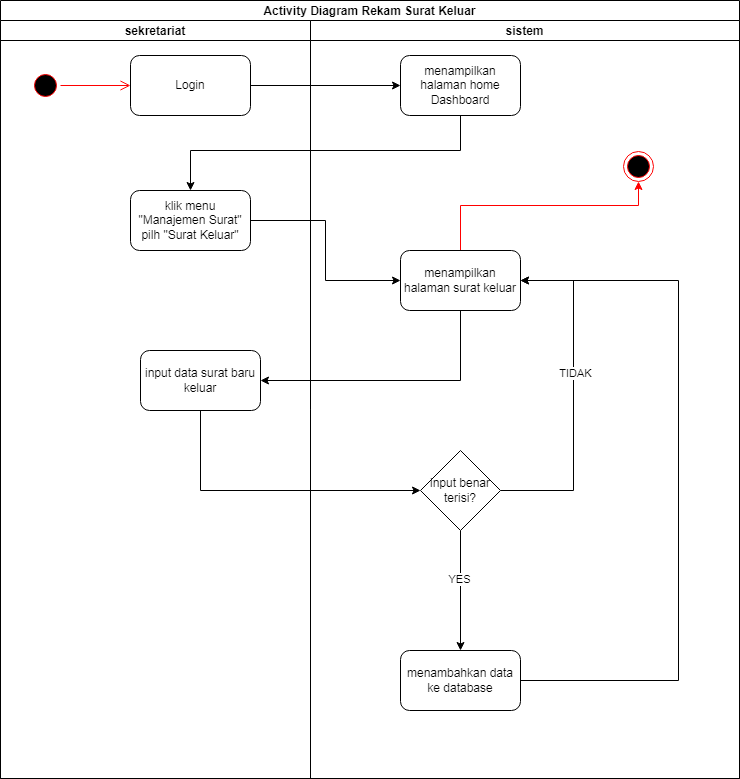
This is SKRIPSI/UML/2. ACTIVITY/SURAT KELUAR/ADD.png from Rusadi-0/KULIAH, a draw.io export, as it was before one commit. Source tidied: cells renumbered, new cells last; positions are measured from the earlier drawing's top-left corner, leaving out a move shared by most shapes. Its diagram source:
```xml
<mxGraphModel>
  <root>
    <mxCell id="0" />
    <mxCell id="1" parent="0" />
    <mxCell id="2" value="Activity Diagram Rekam Surat Keluar" style="swimlane;startSize=20;" parent="1" vertex="1">
      <mxGeometry width="739" height="778" as="geometry" />
    </mxCell>
    <mxCell id="3" value="sekretariat" style="swimlane;startSize=20;" parent="2" vertex="1">
      <mxGeometry y="20" width="310" height="758" as="geometry" />
    </mxCell>
    <mxCell id="4" style="ellipse;html=1;shape=startState;fillColor=#000000;strokeColor=#ff0000;" parent="3" vertex="1">
      <mxGeometry x="30" y="50" width="30" height="30" as="geometry" />
    </mxCell>
    <mxCell id="5" style="edgeStyle=orthogonalEdgeStyle;html=1;verticalAlign=bottom;endArrow=open;endSize=8;strokeColor=#ff0000;rounded=0;" parent="3" edge="1" source="4">
      <mxGeometry relative="1" as="geometry">
        <mxPoint x="130" y="65" as="targetPoint" />
      </mxGeometry>
    </mxCell>
    <mxCell id="6" value="Login" style="rounded=1;whiteSpace=wrap;html=1;" parent="3" vertex="1">
      <mxGeometry x="130" y="35" width="120" height="60" as="geometry" />
    </mxCell>
    <mxCell id="7" value="klik menu &quot;Manajemen Surat&quot; pilh &quot;Surat Keluar&quot;" style="rounded=1;whiteSpace=wrap;html=1;" parent="3" vertex="1">
      <mxGeometry x="130" y="170" width="120" height="60" as="geometry" />
    </mxCell>
    <mxCell id="8" value="input data surat baru keluar" style="rounded=1;whiteSpace=wrap;html=1;" parent="3" vertex="1">
      <mxGeometry x="140" y="330" width="120" height="60" as="geometry" />
    </mxCell>
    <mxCell id="9" value="sistem" style="swimlane;startSize=20;" parent="2" vertex="1">
      <mxGeometry x="310" y="20" width="429" height="758" as="geometry" />
    </mxCell>
    <mxCell id="10" value="menampilkan halaman home Dashboard" style="rounded=1;whiteSpace=wrap;html=1;" parent="9" vertex="1">
      <mxGeometry x="90" y="35" width="120" height="60" as="geometry" />
    </mxCell>
    <mxCell id="11" style="edgeStyle=orthogonalEdgeStyle;rounded=0;jettySize=auto;html=1;strokeColor=#FF0000;" parent="9" edge="1" source="12" target="20">
      <mxGeometry relative="1" as="geometry">
        <Array as="points">
          <mxPoint x="150" y="185" />
          <mxPoint x="328" y="185" />
        </Array>
      </mxGeometry>
    </mxCell>
    <mxCell id="12" value="menampilkan halaman surat keluar" style="rounded=1;whiteSpace=wrap;html=1;" parent="9" vertex="1">
      <mxGeometry x="90" y="230" width="120" height="60" as="geometry" />
    </mxCell>
    <mxCell id="13" style="edgeStyle=orthogonalEdgeStyle;rounded=0;jettySize=auto;html=1;entryX=1;entryY=0.5;entryDx=0;entryDy=0;" parent="9" edge="1" source="17" target="12">
      <mxGeometry relative="1" as="geometry">
        <Array as="points">
          <mxPoint x="263" y="470" />
          <mxPoint x="263" y="260" />
        </Array>
      </mxGeometry>
    </mxCell>
    <mxCell id="14" value="TIDAK" style="edgeLabel;html=1;align=center;verticalAlign=middle;" parent="13" vertex="1">
      <mxGeometry x="0.14" y="-1" relative="1" as="geometry" />
    </mxCell>
    <mxCell id="15" style="edgeStyle=orthogonalEdgeStyle;rounded=0;jettySize=auto;html=1;entryX=0.5;entryY=0;entryDx=0;entryDy=0;" parent="9" edge="1" source="17" target="19">
      <mxGeometry relative="1" as="geometry" />
    </mxCell>
    <mxCell id="16" value="YES" style="edgeLabel;html=1;align=center;verticalAlign=middle;" parent="15" vertex="1">
      <mxGeometry x="-0.2" y="-2" relative="1" as="geometry" />
    </mxCell>
    <mxCell id="17" value="input benar terisi?" style="rhombus;whiteSpace=wrap;html=1;" parent="9" vertex="1">
      <mxGeometry x="110" y="430" width="80" height="80" as="geometry" />
    </mxCell>
    <mxCell id="18" style="edgeStyle=orthogonalEdgeStyle;rounded=0;jettySize=auto;html=1;entryX=1;entryY=0.5;entryDx=0;entryDy=0;" parent="9" edge="1" source="19" target="12">
      <mxGeometry relative="1" as="geometry">
        <Array as="points">
          <mxPoint x="368" y="660" />
          <mxPoint x="368" y="260" />
        </Array>
      </mxGeometry>
    </mxCell>
    <mxCell id="19" value="menambahkan data ke database" style="rounded=1;whiteSpace=wrap;html=1;" parent="9" vertex="1">
      <mxGeometry x="90" y="630" width="120" height="60" as="geometry" />
    </mxCell>
    <mxCell id="20" style="ellipse;html=1;shape=endState;fillColor=#000000;strokeColor=#ff0000;" parent="9" vertex="1">
      <mxGeometry x="313" y="131" width="30" height="30" as="geometry" />
    </mxCell>
    <mxCell id="21" style="edgeStyle=orthogonalEdgeStyle;rounded=0;jettySize=auto;html=1;entryX=0;entryY=0.5;entryDx=0;entryDy=0;" parent="2" edge="1" source="6" target="10">
      <mxGeometry relative="1" as="geometry" />
    </mxCell>
    <mxCell id="22" style="edgeStyle=orthogonalEdgeStyle;rounded=0;jettySize=auto;html=1;entryX=0.5;entryY=0;entryDx=0;entryDy=0;" parent="2" edge="1" source="10" target="7">
      <mxGeometry relative="1" as="geometry">
        <Array as="points">
          <mxPoint x="460" y="150" />
          <mxPoint x="190" y="150" />
        </Array>
      </mxGeometry>
    </mxCell>
    <mxCell id="23" style="edgeStyle=orthogonalEdgeStyle;rounded=0;jettySize=auto;html=1;entryX=0;entryY=0.5;entryDx=0;entryDy=0;" parent="2" edge="1" source="7" target="12">
      <mxGeometry relative="1" as="geometry" />
    </mxCell>
    <mxCell id="24" style="edgeStyle=orthogonalEdgeStyle;rounded=0;jettySize=auto;html=1;entryX=1;entryY=0.5;entryDx=0;entryDy=0;" parent="2" edge="1" source="12" target="8">
      <mxGeometry relative="1" as="geometry">
        <Array as="points">
          <mxPoint x="460" y="380" />
        </Array>
      </mxGeometry>
    </mxCell>
    <mxCell id="25" style="edgeStyle=orthogonalEdgeStyle;rounded=0;jettySize=auto;html=1;entryX=0;entryY=0.5;entryDx=0;entryDy=0;" parent="2" edge="1" source="8" target="17">
      <mxGeometry relative="1" as="geometry">
        <Array as="points">
          <mxPoint x="200" y="490" />
        </Array>
      </mxGeometry>
    </mxCell>
  </root>
</mxGraphModel>
```
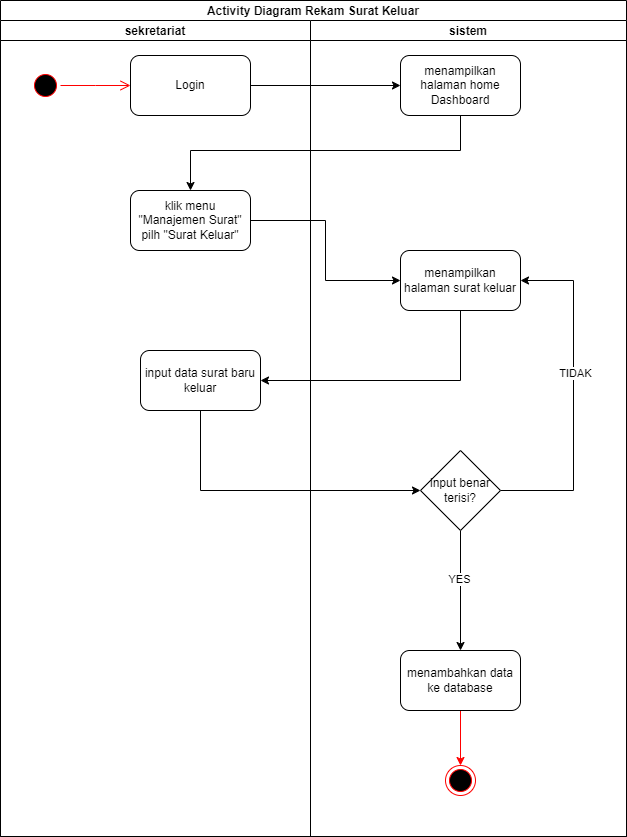
After the commit.

What changed in the source:
```diff
@@ -3,10 +3,10 @@
     <mxCell id="0" />
     <mxCell id="1" parent="0" />
     <mxCell id="2" value="Activity Diagram Rekam Surat Keluar" style="swimlane;startSize=20;" parent="1" vertex="1">
-      <mxGeometry width="739" height="778" as="geometry" />
+      <mxGeometry width="626" height="836" as="geometry" />
     </mxCell>
     <mxCell id="3" value="sekretariat" style="swimlane;startSize=20;" parent="2" vertex="1">
-      <mxGeometry y="20" width="310" height="758" as="geometry" />
+      <mxGeometry y="20" width="310" height="816" as="geometry" />
     </mxCell>
     <mxCell id="4" style="ellipse;html=1;shape=startState;fillColor=#000000;strokeColor=#ff0000;" parent="3" vertex="1">
       <mxGeometry x="30" y="50" width="30" height="30" as="geometry" />
@@ -26,19 +26,11 @@
       <mxGeometry x="140" y="330" width="120" height="60" as="geometry" />
     </mxCell>
     <mxCell id="9" value="sistem" style="swimlane;startSize=20;" parent="2" vertex="1">
-      <mxGeometry x="310" y="20" width="429" height="758" as="geometry" />
+      <mxGeometry x="310" y="20" width="316" height="816" as="geometry" />
     </mxCell>
     <mxCell id="10" value="menampilkan halaman home Dashboard" style="rounded=1;whiteSpace=wrap;html=1;" parent="9" vertex="1">
       <mxGeometry x="90" y="35" width="120" height="60" as="geometry" />
     </mxCell>
-    <mxCell id="11" style="edgeStyle=orthogonalEdgeStyle;rounded=0;jettySize=auto;html=1;strokeColor=#FF0000;" parent="9" edge="1" source="12" target="20">
-      <mxGeometry relative="1" as="geometry">
-        <Array as="points">
-          <mxPoint x="150" y="185" />
-          <mxPoint x="328" y="185" />
-        </Array>
-      </mxGeometry>
-    </mxCell>
     <mxCell id="12" value="menampilkan halaman surat keluar" style="rounded=1;whiteSpace=wrap;html=1;" parent="9" vertex="1">
       <mxGeometry x="90" y="230" width="120" height="60" as="geometry" />
     </mxCell>
@@ -62,19 +54,14 @@
     <mxCell id="17" value="input benar terisi?" style="rhombus;whiteSpace=wrap;html=1;" parent="9" vertex="1">
       <mxGeometry x="110" y="430" width="80" height="80" as="geometry" />
     </mxCell>
-    <mxCell id="18" style="edgeStyle=orthogonalEdgeStyle;rounded=0;jettySize=auto;html=1;entryX=1;entryY=0.5;entryDx=0;entryDy=0;" parent="9" edge="1" source="19" target="12">
-      <mxGeometry relative="1" as="geometry">
-        <Array as="points">
-          <mxPoint x="368" y="660" />
-          <mxPoint x="368" y="260" />
-        </Array>
-      </mxGeometry>
-    </mxCell>
+    <mxCell id="26" style="edgeStyle=orthogonalEdgeStyle;rounded=0;jettySize=auto;html=1;strokeColor=#FF0000;" parent="9" edge="1" source="19" target="20">
+      <mxGeometry relative="1" as="geometry" />
+    </mxCell>
     <mxCell id="19" value="menambahkan data ke database" style="rounded=1;whiteSpace=wrap;html=1;" parent="9" vertex="1">
       <mxGeometry x="90" y="630" width="120" height="60" as="geometry" />
     </mxCell>
     <mxCell id="20" style="ellipse;html=1;shape=endState;fillColor=#000000;strokeColor=#ff0000;" parent="9" vertex="1">
-      <mxGeometry x="313" y="131" width="30" height="30" as="geometry" />
+      <mxGeometry x="135" y="745" width="30" height="30" as="geometry" />
     </mxCell>
     <mxCell id="21" style="edgeStyle=orthogonalEdgeStyle;rounded=0;jettySize=auto;html=1;entryX=0;entryY=0.5;entryDx=0;entryDy=0;" parent="2" edge="1" source="6" target="10">
       <mxGeometry relative="1" as="geometry" />
```
